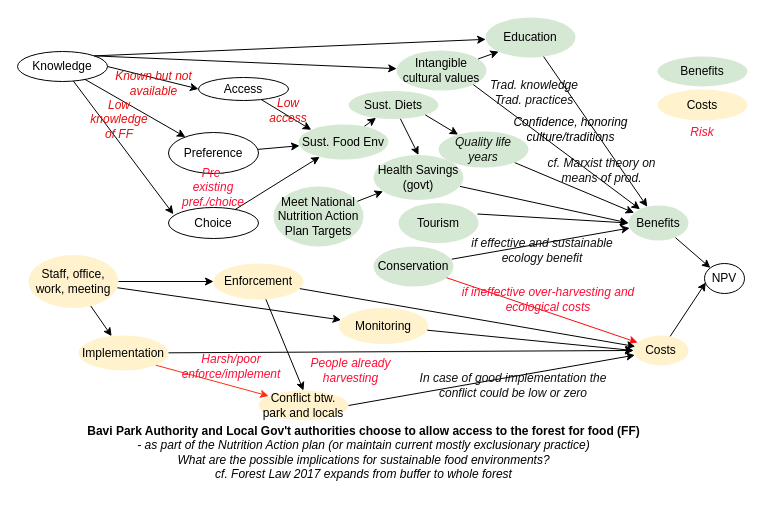
Earlier version of the draw.io diagram Untitled Diagram.drawio (CWWhitney/bavi-forest-access). Source tidied: cells renumbered, new cells numbered last; positions are measured from the earlier drawing's top-left corner, leaving out a move shared by most shapes. Both pictures are drawn from the tidied source at 100%, with x=0, y=0 at pixel (17, 17).
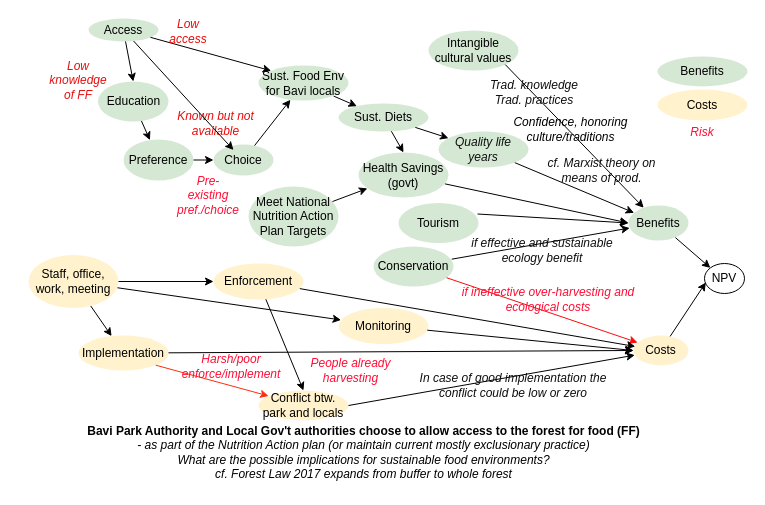
Above is the later version.

Commit message:
Move education to benefits from access

Unchanged cells that the change refers to:
```xml
<mxCell id="19" value="Benefits" style="ellipse;whiteSpace=wrap;html=1;fillColor=#d5e8d4;strokeColor=none;" parent="1" vertex="1">
  <mxGeometry x="611" y="188" width="60" height="35" as="geometry" />
</mxCell>
```

Change to the diagram source:
```diff
@@
     <mxCell id="4" value="Sust. Diets" style="ellipse;whiteSpace=wrap;html=1;fillColor=#d5e8d4;strokeColor=none;" parent="1" vertex="1">
-      <mxGeometry x="331" y="73.5" width="90" height="28" as="geometry" />
+      <mxGeometry x="321" y="86" width="90" height="28" as="geometry" />
     </mxCell>
@@
-    <mxCell id="6" value="Sust. Food Env" style="ellipse;whiteSpace=wrap;html=1;fillColor=#d5e8d4;strokeColor=none;" parent="1" vertex="1">
-      <mxGeometry x="281" y="107" width="90" height="35" as="geometry" />
+    <mxCell id="6" value="Sust. Food Env for Bavi locals" style="ellipse;whiteSpace=wrap;html=1;fillColor=#d5e8d4;strokeColor=none;" parent="1" vertex="1">
+      <mxGeometry x="241" y="48" width="90" height="35" as="geometry" />
     </mxCell>
@@
     <mxCell id="10" value="Health Savings (govt)" style="ellipse;whiteSpace=wrap;html=1;fillColor=#d5e8d4;strokeColor=none;" parent="1" vertex="1">
-      <mxGeometry x="356" y="137.5" width="90" height="45" as="geometry" />
+      <mxGeometry x="341" y="135" width="90" height="45" as="geometry" />
     </mxCell>
@@
-    <mxCell id="12" value="Access" style="ellipse;whiteSpace=wrap;html=1;" parent="1" vertex="1">
-      <mxGeometry x="181" y="60" width="90" height="23" as="geometry" />
+    <mxCell id="12" value="Access" style="ellipse;whiteSpace=wrap;html=1;fillColor=#d5e8d4;strokeColor=none;" parent="1" vertex="1">
+      <mxGeometry x="71" y="1" width="70" height="23" as="geometry" />
     </mxCell>
-    <mxCell id="13" value="Choice" style="ellipse;whiteSpace=wrap;html=1;" parent="1" vertex="1">
-      <mxGeometry x="151" y="190" width="90" height="31" as="geometry" />
+    <mxCell id="13" value="Choice" style="ellipse;whiteSpace=wrap;html=1;fillColor=#d5e8d4;strokeColor=none;" parent="1" vertex="1">
+      <mxGeometry x="196" y="127" width="60" height="31" as="geometry" />
     </mxCell>
-    <mxCell id="14" value="Knowledge" style="ellipse;whiteSpace=wrap;html=1;" parent="1" vertex="1">
-      <mxGeometry y="34" width="90" height="30" as="geometry" />
-    </mxCell>
-    <mxCell id="15" value="Preference" style="ellipse;whiteSpace=wrap;html=1;" parent="1" vertex="1">
-      <mxGeometry x="151" y="115" width="90" height="41" as="geometry" />
+    <mxCell id="15" value="Preference" style="ellipse;whiteSpace=wrap;html=1;fillColor=#d5e8d4;strokeColor=none;" parent="1" vertex="1">
+      <mxGeometry x="106" y="122" width="70" height="41" as="geometry" />
     </mxCell>
@@
-    <mxCell id="22" style="rounded=0;jettySize=auto;html=1;entryX=0;entryY=0.5;entryDx=0;entryDy=0;exitX=1;exitY=0.5;exitDx=0;exitDy=0;" parent="1" edge="1" source="14" target="12">
-      <mxGeometry relative="1" as="geometry" />
-    </mxCell>
-    <mxCell id="23" style="rounded=0;jettySize=auto;html=1;" parent="1" edge="1" source="14" target="15">
-      <mxGeometry relative="1" as="geometry" />
-    </mxCell>
-    <mxCell id="24" style="rounded=0;jettySize=auto;html=1;entryX=0.054;entryY=0.216;entryDx=0;entryDy=0;entryPerimeter=0;" parent="1" edge="1" source="14" target="13">
-      <mxGeometry relative="1" as="geometry" />
-    </mxCell>
@@
-    <mxCell id="27" style="rounded=0;jettySize=auto;html=1;" parent="1" edge="1" source="15" target="6">
+    <mxCell id="27" style="rounded=0;jettySize=auto;html=1;" parent="1" edge="1" source="15" target="13">
       <mxGeometry relative="1" as="geometry" />
     </mxCell>
     <mxCell id="28" value="Meet National Nutrition Action Plan Targets" style="ellipse;whiteSpace=wrap;html=1;fillColor=#d5e8d4;strokeColor=none;" parent="1" vertex="1">
-      <mxGeometry x="256" y="169" width="90" height="60" as="geometry" />
+      <mxGeometry x="231" y="169" width="90" height="60" as="geometry" />
     </mxCell>
@@
     <mxCell id="31" value="Low knowledge of FF" style="text;html=1;align=center;verticalAlign=middle;whiteSpace=wrap;rounded=0;fontStyle=2;fontColor=#e60f0f;" parent="1" vertex="1">
-      <mxGeometry x="72" y="82" width="60" height="40" as="geometry" />
+      <mxGeometry x="31" y="43" width="60" height="40" as="geometry" />
     </mxCell>
     <mxCell id="32" value="Low access" style="text;html=1;align=center;verticalAlign=middle;whiteSpace=wrap;rounded=0;fontFamily=Helvetica;fontSize=12;fontStyle=2;fontColor=#e90c0c;" parent="1" vertex="1">
-      <mxGeometry x="241" y="82" width="60" height="22" as="geometry" />
+      <mxGeometry x="141" y="3" width="60" height="22" as="geometry" />
     </mxCell>
     <mxCell id="33" value="Pre-existing pref./choice" style="text;html=1;align=center;verticalAlign=middle;whiteSpace=wrap;rounded=0;fontColor=#FF0D35;fontStyle=2;" parent="1" vertex="1">
-      <mxGeometry x="166" y="150" width="60" height="40" as="geometry" />
+      <mxGeometry x="161" y="158" width="60" height="40" as="geometry" />
     </mxCell>
     <mxCell id="34" value="Intangible cultural values" style="ellipse;whiteSpace=wrap;html=1;fillColor=#d5e8d4;strokeColor=none;" parent="1" vertex="1">
-      <mxGeometry x="379" y="33" width="90" height="40" as="geometry" />
+      <mxGeometry x="411" y="13" width="90" height="40" as="geometry" />
     </mxCell>
-    <mxCell id="35" style="rounded=0;jettySize=auto;html=1;exitX=1;exitY=0;exitDx=0;exitDy=0;" parent="1" edge="1" source="14" target="34">
-      <mxGeometry relative="1" as="geometry" />
-    </mxCell>
@@
     <mxCell id="51" value="&lt;div&gt;Known but not available&lt;/div&gt;" style="text;html=1;align=center;verticalAlign=middle;whiteSpace=wrap;rounded=0;fontFamily=Helvetica;fontSize=12;fontStyle=2;fontColor=#e90c0c;" parent="1" vertex="1">
-      <mxGeometry x="88.5" y="55" width="94.5" height="22" as="geometry" />
+      <mxGeometry x="151" y="95" width="94.5" height="22" as="geometry" />
     </mxCell>
@@
     <mxCell id="66" value="Education" style="ellipse;whiteSpace=wrap;html=1;fillColor=#d5e8d4;strokeColor=none;" parent="1" vertex="1">
-      <mxGeometry x="468" width="90" height="40" as="geometry" />
+      <mxGeometry x="80.5" y="64" width="70.5" height="40" as="geometry" />
     </mxCell>
-    <mxCell id="67" style="rounded=0;jettySize=auto;html=1;exitX=1;exitY=0;exitDx=0;exitDy=0;" parent="1" edge="1" source="14" target="66">
-      <mxGeometry relative="1" as="geometry" />
-    </mxCell>
-    <mxCell id="68" style="rounded=0;jettySize=auto;html=1;entryX=0;entryY=1;entryDx=0;entryDy=0;" parent="1" edge="1" source="34" target="66">
-      <mxGeometry relative="1" as="geometry" />
-    </mxCell>
-    <mxCell id="69" style="rounded=0;jettySize=auto;html=1;" parent="1" edge="1" source="66" target="19">
-      <mxGeometry relative="1" as="geometry" />
-    </mxCell>
+    <mxCell id="70" style="rounded=0;jettySize=auto;html=1;entryX=0.333;entryY=0.177;entryDx=0;entryDy=0;entryPerimeter=0;" parent="1" edge="1" source="12" target="13">
+      <mxGeometry relative="1" as="geometry" />
+    </mxCell>
+    <mxCell id="71" style="rounded=0;jettySize=auto;html=1;" parent="1" edge="1" source="66" target="15">
+      <mxGeometry relative="1" as="geometry" />
+    </mxCell>
+    <mxCell id="72" style="rounded=0;jettySize=auto;html=1;entryX=0.5;entryY=0;entryDx=0;entryDy=0;" parent="1" edge="1" source="12" target="66">
+      <mxGeometry relative="1" as="geometry" />
+    </mxCell>
```
